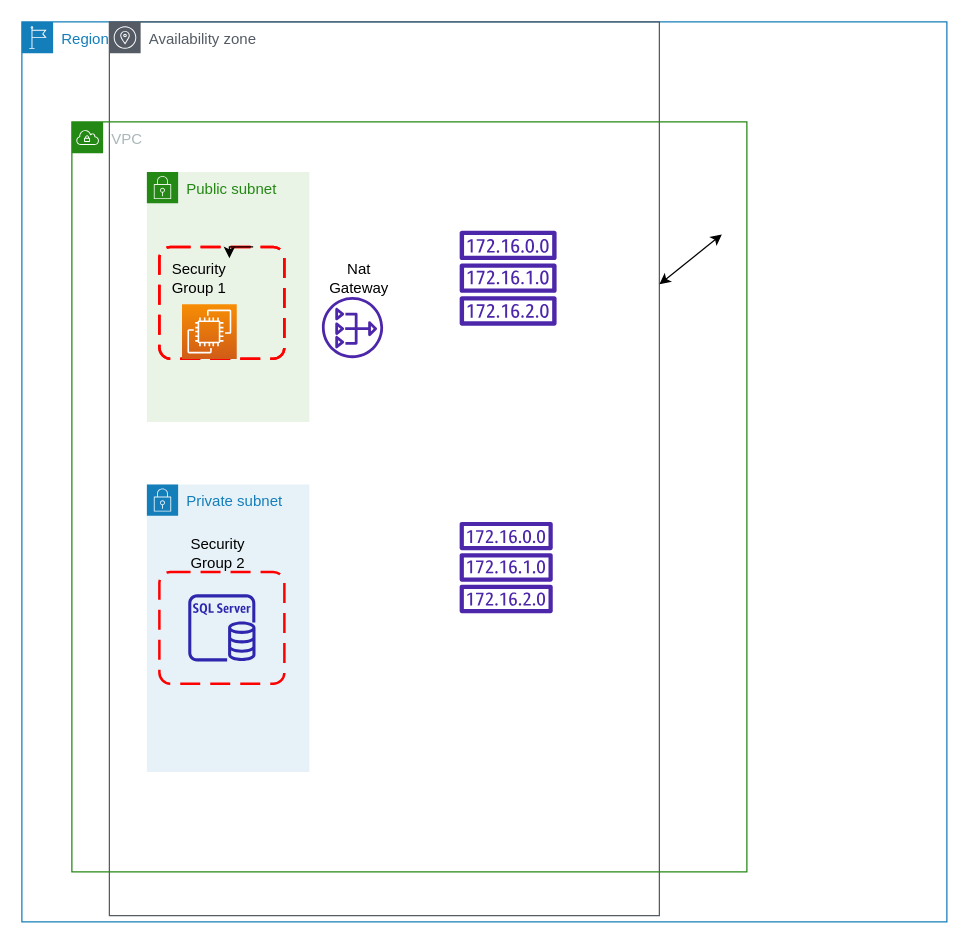
Earlier version of the draw.io diagram Dannie.drawio (Schull-io/Cloud_DevOps_C4). Source tidied: cells renumbered, new cells numbered last; positions are measured from the earlier drawing's top-left corner, leaving out a move shared by most shapes. Both pictures are drawn from the tidied source at 125%, with x=0, y=0 at pixel (21, 21).
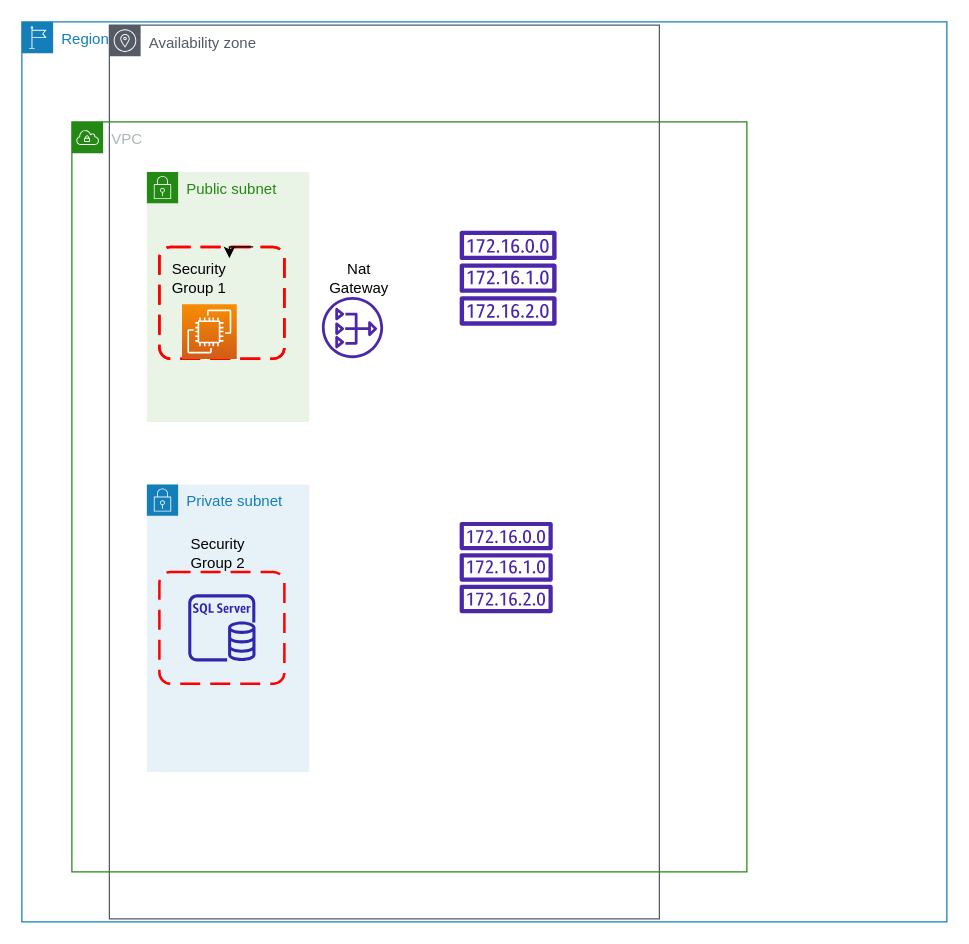
The same diagram, later.

Unchanged cells that the change refers to:
```xml
<mxCell id="2" value="Region" style="gradientColor=none;html=1;whiteSpace=wrap;fontSize=12;fontStyle=0;shape=mxgraph.aws4.group;grIcon=mxgraph.aws4.group_region;strokeColor=#147EBA;fillColor=none;verticalAlign=top;align=left;spacingLeft=30;fontColor=#147EBA;" parent="1" vertex="1">
  <mxGeometry width="740" height="720" as="geometry" />
</mxCell>
<mxCell id="4" value="VPC" style="gradientColor=none;html=1;whiteSpace=wrap;fontSize=12;fontStyle=0;shape=mxgraph.aws4.group;grIcon=mxgraph.aws4.group_vpc;strokeColor=#248814;fillColor=none;verticalAlign=top;align=left;spacingLeft=30;fontColor=#AAB7B8;dashed=0;" parent="2" vertex="1">
  <mxGeometry x="40" y="80" width="540" height="600" as="geometry" />
</mxCell>
```

Change to the diagram source:
```diff
@@
     <mxCell id="3" value="Availability zone" style="sketch=0;gradientColor=none;html=1;whiteSpace=wrap;fontSize=12;fontStyle=0;shape=mxgraph.aws4.group;grIcon=mxgraph.aws4.group_availability_zone;strokeColor=#545B64;fillColor=none;verticalAlign=top;align=left;spacingLeft=30;fontColor=#545B64;" parent="2" vertex="1">
-      <mxGeometry x="70" width="440" height="715" as="geometry" />
+      <mxGeometry x="70" y="2.5" width="440" height="715" as="geometry" />
     </mxCell>
@@
-    <mxCell id="9" style="endArrow=classic;startArrow=classic;html=1;rounded=0;" parent="4" edge="1">
-      <mxGeometry relative="1" as="geometry">
-        <mxPoint x="470" y="130" as="sourcePoint" />
-        <mxPoint x="520" y="90" as="targetPoint" />
-      </mxGeometry>
-    </mxCell>
```
